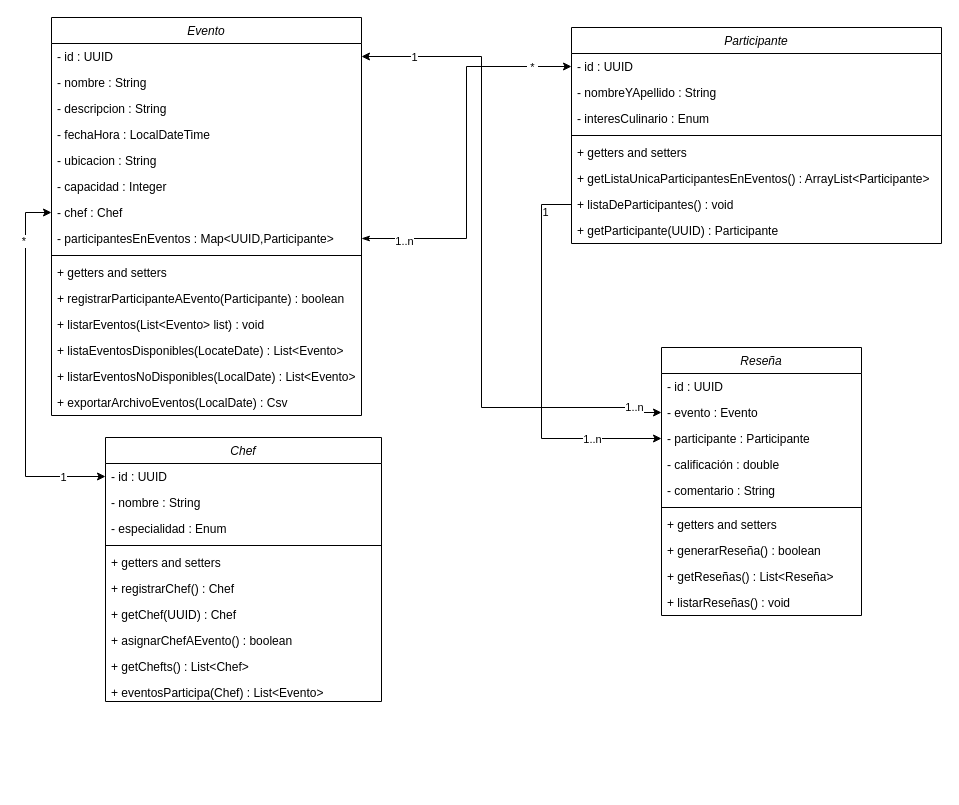
pablogiordanog/TPI_Java_2024 keeps this draw.io diagram as diagrama/tpi.drawio. Above is the earlier version. Source tidied: cells renumbered, new cells numbered last; positions are measured from the earlier drawing's top-left corner, leaving out a move shared by most shapes. Both pictures are drawn from the tidied source at 100%, with x=0, y=0 at pixel (25, 17).
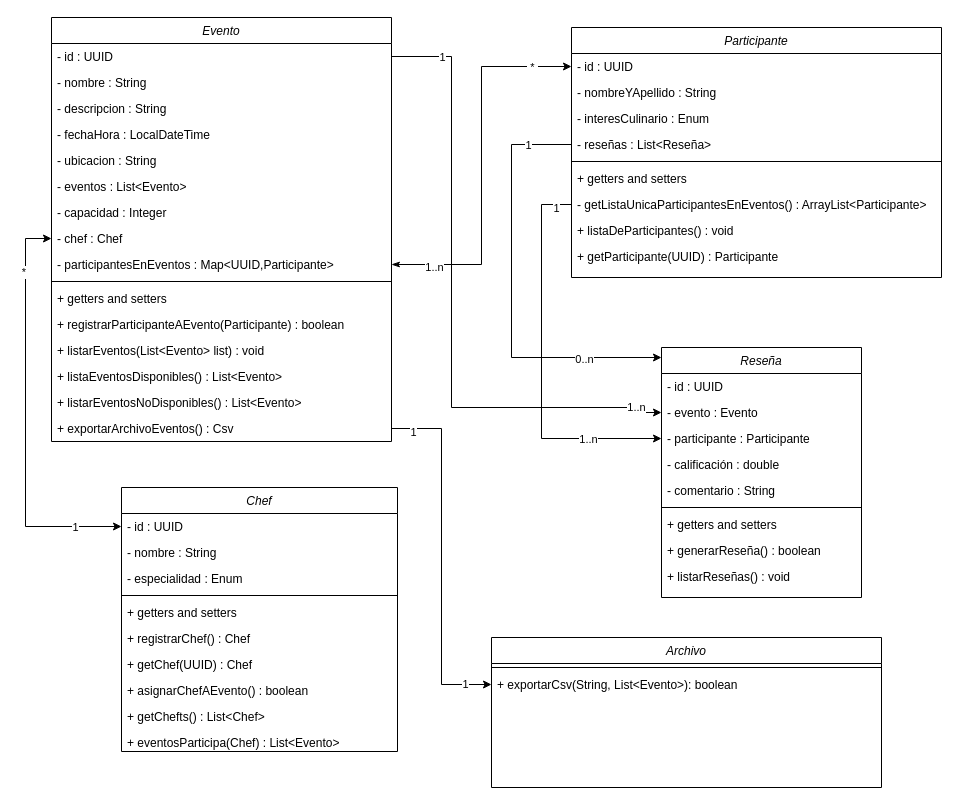
The same page after the edit.

The change refers to these unchanged cells:
```xml
<mxCell id="3" value="- id : UUID" style="text;align=left;verticalAlign=top;spacingLeft=4;spacingRight=4;overflow=hidden;points=[[0,0.5],[1,0.5]];portConstraint=eastwest;" parent="2" vertex="1">
  <mxGeometry y="26" width="276" height="26" as="geometry" />
</mxCell>
<mxCell id="40" value="- evento : Evento" style="text;align=left;verticalAlign=top;spacingLeft=4;spacingRight=4;overflow=hidden;points=[[0,0.5],[1,0.5]];portConstraint=eastwest;" parent="38" vertex="1">
  <mxGeometry y="52" width="200" height="26" as="geometry" />
</mxCell>
```

Diff of the diagram source:
```diff
@@
     <mxCell id="2" value="Chef" style="swimlane;fontStyle=2;align=center;verticalAlign=top;horizontal=1;startSize=26;rounded=0;shadow=0;strokeWidth=1;" parent="1" vertex="1">
-      <mxGeometry x="80" y="420" width="276" height="264" as="geometry" />
+      <mxGeometry x="96" y="470" width="276" height="264" as="geometry" />
     </mxCell>
@@
     <mxCell id="13" value="Evento" style="swimlane;fontStyle=2;align=center;verticalAlign=top;horizontal=1;startSize=26;rounded=0;shadow=0;strokeWidth=1;" parent="1" vertex="1">
-      <mxGeometry x="26" width="310" height="398" as="geometry" />
+      <mxGeometry x="26" width="340" height="424" as="geometry" />
     </mxCell>
     <mxCell id="14" value="- id : UUID" style="text;align=left;verticalAlign=top;spacingLeft=4;spacingRight=4;overflow=hidden;points=[[0,0.5],[1,0.5]];portConstraint=eastwest;" parent="13" vertex="1">
-      <mxGeometry y="26" width="310" height="26" as="geometry" />
+      <mxGeometry y="26" width="340" height="26" as="geometry" />
     </mxCell>
     <mxCell id="15" value="- nombre : String" style="text;align=left;verticalAlign=top;spacingLeft=4;spacingRight=4;overflow=hidden;" parent="13" vertex="1">
-      <mxGeometry y="52" width="310" height="26" as="geometry" />
+      <mxGeometry y="52" width="340" height="26" as="geometry" />
     </mxCell>
     <mxCell id="16" value="- descripcion : String" style="text;align=left;verticalAlign=top;spacingLeft=4;spacingRight=4;overflow=hidden;" parent="13" vertex="1">
-      <mxGeometry y="78" width="310" height="26" as="geometry" />
+      <mxGeometry y="78" width="340" height="26" as="geometry" />
     </mxCell>
     <mxCell id="17" value="- fechaHora : LocalDateTime" style="text;align=left;verticalAlign=top;spacingLeft=4;spacingRight=4;overflow=hidden;" parent="13" vertex="1">
-      <mxGeometry y="104" width="310" height="26" as="geometry" />
+      <mxGeometry y="104" width="340" height="26" as="geometry" />
     </mxCell>
     <mxCell id="18" value="- ubicacion : String" style="text;align=left;verticalAlign=top;spacingLeft=4;spacingRight=4;overflow=hidden;" parent="13" vertex="1">
-      <mxGeometry y="130" width="310" height="26" as="geometry" />
+      <mxGeometry y="130" width="340" height="26" as="geometry" />
     </mxCell>
+    <mxCell id="61" value="- eventos : List&amp;lt;Evento&amp;gt;" style="text;strokeColor=none;fillColor=none;align=left;verticalAlign=top;spacingLeft=4;spacingRight=4;overflow=hidden;whiteSpace=wrap;html=1;" parent="13" vertex="1">
+      <mxGeometry y="156" width="340" height="26" as="geometry" />
+    </mxCell>
     <mxCell id="19" value="- capacidad : Integer" style="text;align=left;verticalAlign=top;spacingLeft=4;spacingRight=4;overflow=hidden;" parent="13" vertex="1">
-      <mxGeometry y="156" width="310" height="26" as="geometry" />
+      <mxGeometry y="182" width="340" height="26" as="geometry" />
     </mxCell>
     <mxCell id="20" value="- chef : Chef" style="text;align=left;verticalAlign=top;spacingLeft=4;spacingRight=4;overflow=hidden;points=[[0,0.5],[1,0.5]];portConstraint=eastwest;" parent="13" vertex="1">
-      <mxGeometry y="182" width="310" height="26" as="geometry" />
+      <mxGeometry y="208" width="340" height="26" as="geometry" />
     </mxCell>
     <mxCell id="21" value="- participantesEnEventos : Map&lt;UUID,Participante&gt;" style="text;align=left;verticalAlign=top;spacingLeft=4;spacingRight=4;overflow=hidden;points=[[0,0.5],[1,0.5]];portConstraint=eastwest;" parent="13" vertex="1">
-      <mxGeometry y="208" width="310" height="26" as="geometry" />
+      <mxGeometry y="234" width="340" height="26" as="geometry" />
     </mxCell>
     <mxCell id="22" style="line;html=1;strokeWidth=1;align=left;verticalAlign=middle;spacingTop=-1;spacingLeft=3;spacingRight=3;labelPosition=right;" parent="13" vertex="1">
-      <mxGeometry y="234" width="310" height="8" as="geometry" />
+      <mxGeometry y="260" width="340" height="8" as="geometry" />
     </mxCell>
     <mxCell id="23" value="+ getters and setters" style="text;align=left;verticalAlign=top;spacingLeft=4;spacingRight=4;overflow=hidden;" parent="13" vertex="1">
-      <mxGeometry y="242" width="310" height="26" as="geometry" />
+      <mxGeometry y="268" width="340" height="26" as="geometry" />
     </mxCell>
     <mxCell id="24" value="+ registrarParticipanteAEvento(Participante) : boolean" style="text;align=left;verticalAlign=top;spacingLeft=4;spacingRight=4;overflow=hidden;" parent="13" vertex="1">
-      <mxGeometry y="268" width="310" height="26" as="geometry" />
+      <mxGeometry y="294" width="340" height="26" as="geometry" />
     </mxCell>
     <mxCell id="25" value="+ listarEventos(List&lt;Evento&gt; list) : void" style="text;align=left;verticalAlign=top;spacingLeft=4;spacingRight=4;overflow=hidden;" parent="13" vertex="1">
-      <mxGeometry y="294" width="310" height="26" as="geometry" />
+      <mxGeometry y="320" width="340" height="26" as="geometry" />
     </mxCell>
-    <mxCell id="26" value="+ listaEventosDisponibles(LocateDate) : List&lt;Evento&gt;" style="text;align=left;verticalAlign=top;spacingLeft=4;spacingRight=4;overflow=hidden;" parent="13" vertex="1">
-      <mxGeometry y="320" width="310" height="26" as="geometry" />
+    <mxCell id="26" value="+ listaEventosDisponibles() : List&lt;Evento&gt;" style="text;align=left;verticalAlign=top;spacingLeft=4;spacingRight=4;overflow=hidden;" parent="13" vertex="1">
+      <mxGeometry y="346" width="340" height="26" as="geometry" />
     </mxCell>
-    <mxCell id="27" value="+ listarEventosNoDisponibles(LocalDate) : List&lt;Evento&gt;" style="text;align=left;verticalAlign=top;spacingLeft=4;spacingRight=4;overflow=hidden;" parent="13" vertex="1">
-      <mxGeometry y="346" width="310" height="26" as="geometry" />
+    <mxCell id="27" value="+ listarEventosNoDisponibles() : List&lt;Evento&gt;" style="text;align=left;verticalAlign=top;spacingLeft=4;spacingRight=4;overflow=hidden;" parent="13" vertex="1">
+      <mxGeometry y="372" width="340" height="26" as="geometry" />
     </mxCell>
-    <mxCell id="28" value="+ exportarArchivoEventos(LocalDate) : Csv" style="text;align=left;verticalAlign=top;spacingLeft=4;spacingRight=4;overflow=hidden;points=[[0,0.5],[1,0.5]];portConstraint=eastwest;" parent="13" vertex="1">
-      <mxGeometry y="372" width="310" height="26" as="geometry" />
+    <mxCell id="28" value="+ exportarArchivoEventos() : Csv" style="text;align=left;verticalAlign=top;spacingLeft=4;spacingRight=4;overflow=hidden;points=[[0,0.5],[1,0.5]];portConstraint=eastwest;" parent="13" vertex="1">
+      <mxGeometry y="398" width="340" height="26" as="geometry" />
     </mxCell>
     <mxCell id="29" value="Participante" style="swimlane;fontStyle=2;align=center;verticalAlign=top;horizontal=1;startSize=26;rounded=0;shadow=0;strokeWidth=1;" parent="1" vertex="1">
-      <mxGeometry x="546" y="10" width="370" height="216" as="geometry" />
+      <mxGeometry x="546" y="10" width="370" height="250" as="geometry" />
     </mxCell>
@@
+    <mxCell id="62" value="- reseñas : List&lt;Reseña&gt;" style="text;align=left;verticalAlign=top;spacingLeft=4;spacingRight=4;overflow=hidden;points=[[0,0.5],[1,0.5]];portConstraint=eastwest;" parent="29" vertex="1">
+      <mxGeometry y="104" width="370" height="26" as="geometry" />
+    </mxCell>
     <mxCell id="33" style="line;html=1;strokeWidth=1;align=left;verticalAlign=middle;spacingTop=-1;spacingLeft=3;spacingRight=3;labelPosition=right;" parent="29" vertex="1">
-      <mxGeometry y="104" width="370" height="8" as="geometry" />
+      <mxGeometry y="130" width="370" height="8" as="geometry" />
     </mxCell>
     <mxCell id="34" value="+ getters and setters" style="text;align=left;verticalAlign=top;spacingLeft=4;spacingRight=4;overflow=hidden;" parent="29" vertex="1">
-      <mxGeometry y="112" width="370" height="26" as="geometry" />
+      <mxGeometry y="138" width="370" height="26" as="geometry" />
     </mxCell>
-    <mxCell id="35" value="+ getListaUnicaParticipantesEnEventos() : ArrayList&lt;Participante&gt;" style="text;align=left;verticalAlign=top;spacingLeft=4;spacingRight=4;overflow=hidden;" parent="29" vertex="1">
-      <mxGeometry y="138" width="370" height="26" as="geometry" />
+    <mxCell id="35" value="- getListaUnicaParticipantesEnEventos() : ArrayList&lt;Participante&gt;" style="text;align=left;verticalAlign=top;spacingLeft=4;spacingRight=4;overflow=hidden;" parent="29" vertex="1">
+      <mxGeometry y="164" width="370" height="26" as="geometry" />
     </mxCell>
     <mxCell id="36" value="+ listaDeParticipantes() : void" style="text;align=left;verticalAlign=top;spacingLeft=4;spacingRight=4;overflow=hidden;" parent="29" vertex="1">
-      <mxGeometry y="164" width="370" height="26" as="geometry" />
+      <mxGeometry y="190" width="370" height="26" as="geometry" />
     </mxCell>
     <mxCell id="37" value="+ getParticipante(UUID) : Participante" style="text;align=left;verticalAlign=top;spacingLeft=4;spacingRight=4;overflow=hidden;points=[[0,0.5],[1,0.5]];portConstraint=eastwest;" parent="29" vertex="1">
-      <mxGeometry y="190" width="370" height="26" as="geometry" />
+      <mxGeometry y="216" width="370" height="26" as="geometry" />
     </mxCell>
     <mxCell id="38" value="Reseña" style="swimlane;fontStyle=2;align=center;verticalAlign=top;horizontal=1;startSize=26;rounded=0;shadow=0;strokeWidth=1;" parent="1" vertex="1">
-      <mxGeometry x="636" y="330" width="200" height="268" as="geometry" />
+      <mxGeometry x="636" y="330" width="200" height="250" as="geometry" />
     </mxCell>
@@
-    <mxCell id="47" value="+ getReseñas() : List&lt;Reseña&gt;" style="text;align=left;verticalAlign=top;spacingLeft=4;spacingRight=4;overflow=hidden;" parent="38" vertex="1">
-      <mxGeometry y="216" width="200" height="26" as="geometry" />
-    </mxCell>
     <mxCell id="48" value="+ listarReseñas() : void" style="text;align=left;verticalAlign=top;spacingLeft=4;spacingRight=4;overflow=hidden;" parent="38" vertex="1">
-      <mxGeometry y="242" width="200" height="26" as="geometry" />
+      <mxGeometry y="216" width="200" height="26" as="geometry" />
     </mxCell>
     <mxCell id="49" style="rounded=0;jettySize=auto;html=1;exitX=0;exitY=0.5;exitDx=0;exitDy=0;entryX=0;entryY=0.5;entryDx=0;entryDy=0;edgeStyle=orthogonalEdgeStyle;startArrow=classic;startFill=1;" parent="1" edge="1" source="20" target="3">
       <mxGeometry relative="1" as="geometry">
         <Array as="points">
-          <mxPoint y="195" />
-          <mxPoint y="459" />
+          <mxPoint y="221" />
+          <mxPoint y="509" />
         </Array>
       </mxGeometry>
     </mxCell>
@@
-    <mxCell id="55" style="edgeStyle=orthogonalEdgeStyle;rounded=0;jettySize=auto;html=1;startArrow=classic;startFill=1;entryX=0;entryY=0.5;entryDx=0;entryDy=0;" parent="1" edge="1" source="14" target="40">
+    <mxCell id="55" style="edgeStyle=orthogonalEdgeStyle;rounded=0;jettySize=auto;html=1;startArrow=none;startFill=0;entryX=0;entryY=0.5;entryDx=0;entryDy=0;" parent="1" edge="1" source="14" target="40">
       <mxGeometry relative="1" as="geometry">
         <Array as="points">
-          <mxPoint x="456" y="39" />
-          <mxPoint x="456" y="390" />
+          <mxPoint x="426" y="39" />
+          <mxPoint x="426" y="390" />
           <mxPoint x="616" y="390" />
           <mxPoint x="616" y="395" />
         </Array>
       </mxGeometry>
     </mxCell>
@@
+    <mxCell id="63" value="Archivo" style="swimlane;fontStyle=2;align=center;verticalAlign=top;horizontal=1;startSize=26;rounded=0;shadow=0;strokeWidth=1;" parent="1" vertex="1">
+      <mxGeometry x="466" y="620" width="390" height="150" as="geometry" />
+    </mxCell>
+    <mxCell id="64" style="line;html=1;strokeWidth=1;align=left;verticalAlign=middle;spacingTop=-1;spacingLeft=3;spacingRight=3;labelPosition=right;" parent="63" vertex="1">
+      <mxGeometry y="26" width="390" height="8" as="geometry" />
+    </mxCell>
+    <mxCell id="65" value="+ exportarCsv(String, List&amp;lt;Evento&amp;gt;): boolean&lt;div&gt;&lt;br/&gt;&lt;/div&gt;" style="text;strokeColor=none;fillColor=none;align=left;verticalAlign=top;spacingLeft=4;spacingRight=4;overflow=hidden;points=[[0,0.5],[1,0.5]];portConstraint=eastwest;whiteSpace=wrap;html=1;" parent="63" vertex="1">
+      <mxGeometry y="34" width="390" height="26" as="geometry" />
+    </mxCell>
+    <mxCell id="66" style="edgeStyle=orthogonalEdgeStyle;rounded=0;jettySize=auto;html=1;" parent="1" edge="1" source="28" target="65">
+      <mxGeometry relative="1" as="geometry" />
+    </mxCell>
+    <mxCell id="67" value="1" style="edgeLabel;html=1;align=center;verticalAlign=middle;" parent="66" vertex="1">
+      <mxGeometry x="-0.88" y="-2" relative="1" as="geometry">
+        <mxPoint y="1" as="offset" />
+      </mxGeometry>
+    </mxCell>
+    <mxCell id="68" value="1" style="edgeLabel;html=1;align=center;verticalAlign=middle;" parent="66" vertex="1">
+      <mxGeometry x="0.85" y="2" relative="1" as="geometry">
+        <mxPoint y="1" as="offset" />
+      </mxGeometry>
+    </mxCell>
+    <mxCell id="69" style="edgeStyle=orthogonalEdgeStyle;rounded=0;jettySize=auto;html=1;exitX=0;exitY=0.5;exitDx=0;exitDy=0;" parent="1" edge="1" source="62" target="38">
+      <mxGeometry relative="1" as="geometry">
+        <Array as="points">
+          <mxPoint x="486" y="127" />
+          <mxPoint x="486" y="340" />
+        </Array>
+      </mxGeometry>
+    </mxCell>
+    <mxCell id="70" value="1" style="edgeLabel;html=1;align=center;verticalAlign=middle;" parent="69" vertex="1">
+      <mxGeometry x="-0.79" relative="1" as="geometry" />
+    </mxCell>
+    <mxCell id="71" value="0..n" style="edgeLabel;html=1;align=center;verticalAlign=middle;" parent="69" vertex="1">
+      <mxGeometry x="0.63" y="-1" relative="1" as="geometry" />
+    </mxCell>
```
